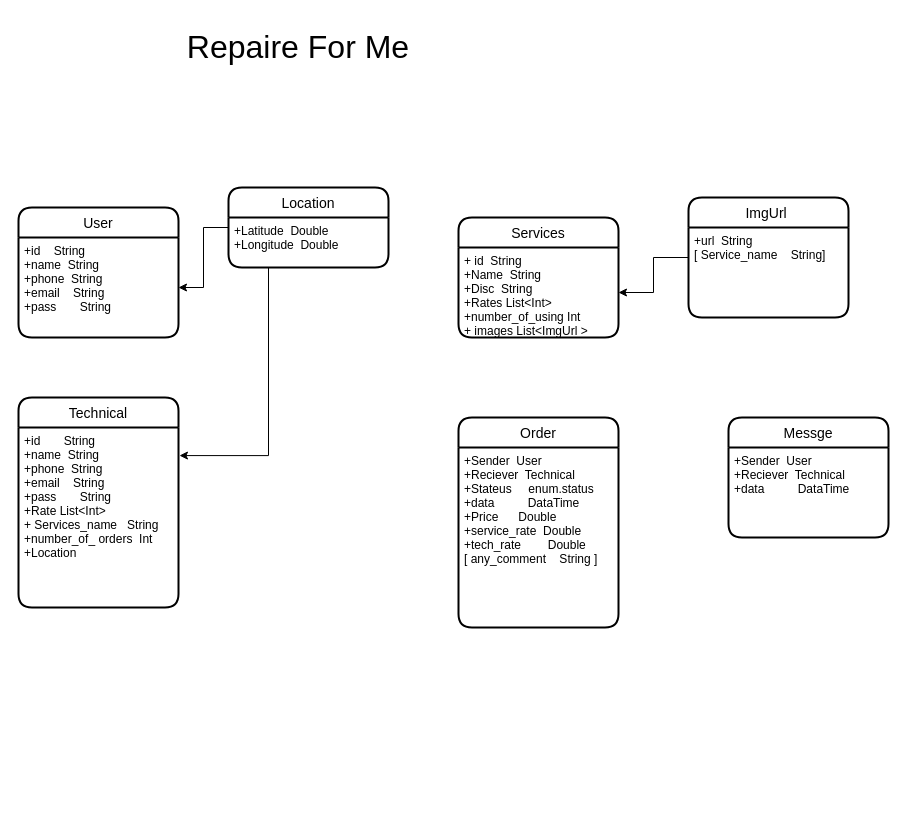
Above: app/App_Plans.drawio in HassanSayedHassan/zooApp (draw.io), before the change. Source tidied: cells renumbered, new cells numbered last; positions are measured from the earlier drawing's top-left corner, leaving out a move shared by most shapes. Both pictures are drawn from the tidied source at 100%, with x=0, y=0 at pixel (18, 17).
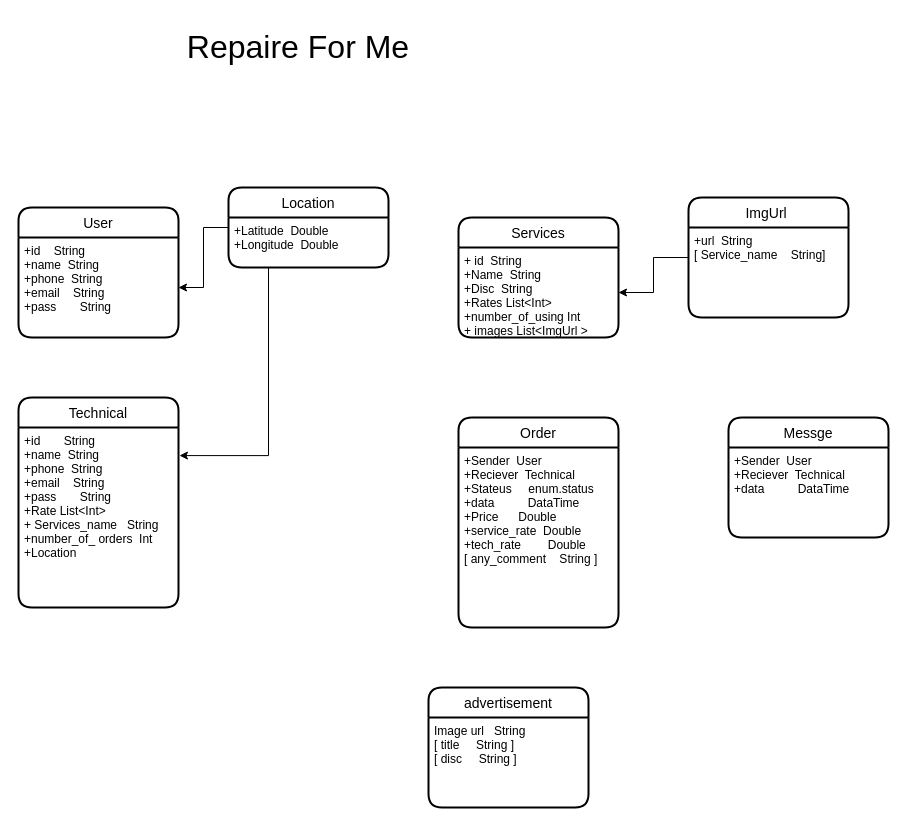
The same diagram, later.

Change to the diagram source:
```diff
@@
+    <mxCell id="21" value="advertisement" style="swimlane;horizontal=1;startSize=30;rounded=1;fontSize=14;fontStyle=0;strokeWidth=2;shadow=0;dashed=0;align=center;" parent="1" vertex="1">
+      <mxGeometry x="410" y="670" width="160" height="120" as="geometry" />
+    </mxCell>
+    <mxCell id="22" value="Image url   String&#10;[ title     String ]&#10;[ disc     String ]" style="align=left;strokeColor=none;fillColor=none;spacingLeft=4;fontSize=12;verticalAlign=top;" parent="21" vertex="1">
+      <mxGeometry y="30" width="160" height="90" as="geometry" />
+    </mxCell>
```
